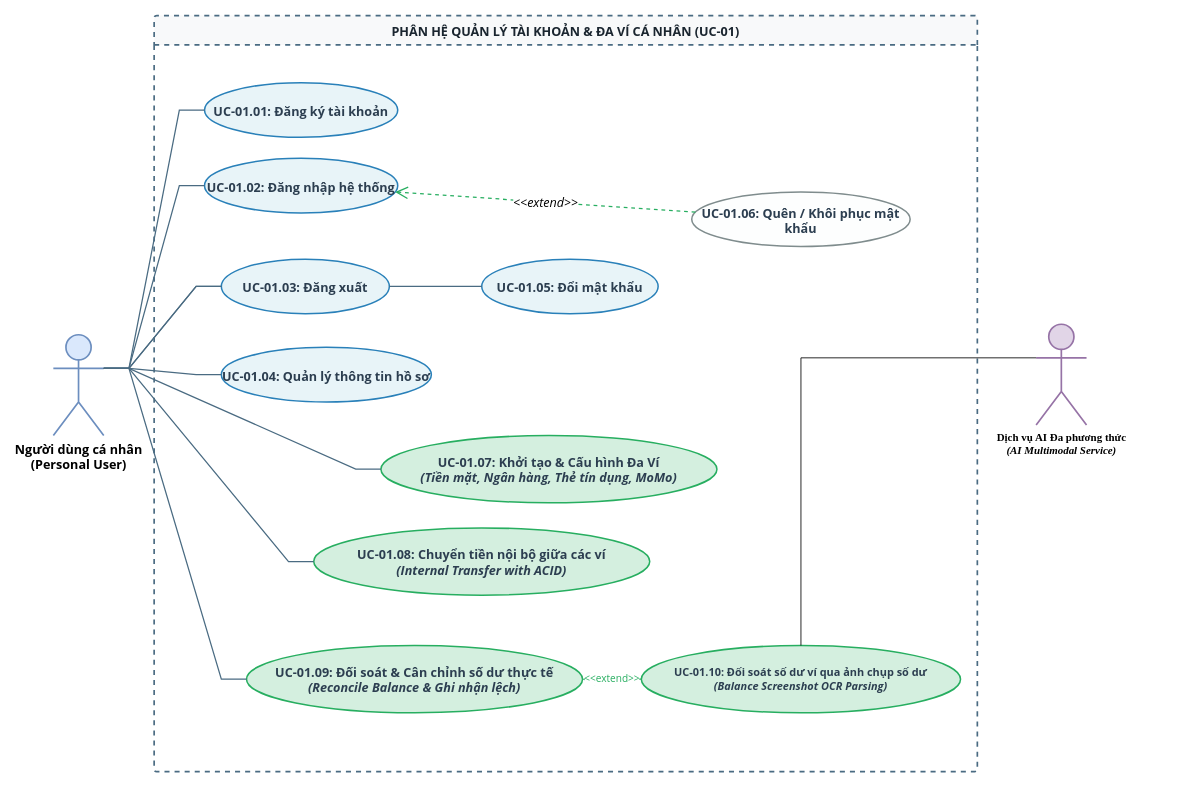
Before: page "UCD 01 - Tài Khoản & Đa Ví" (2 of 10) of files/UCD-DuoNoPro.drawio in Datgh37/analyze-system-subject, a draw.io diagram. Source tidied: cells renumbered, new cells numbered last; positions are measured from the earlier drawing's top-left corner, leaving out a move shared by most shapes. Both pictures are drawn from the tidied source at 84%, with x=0, y=0 at pixel (53, 15).
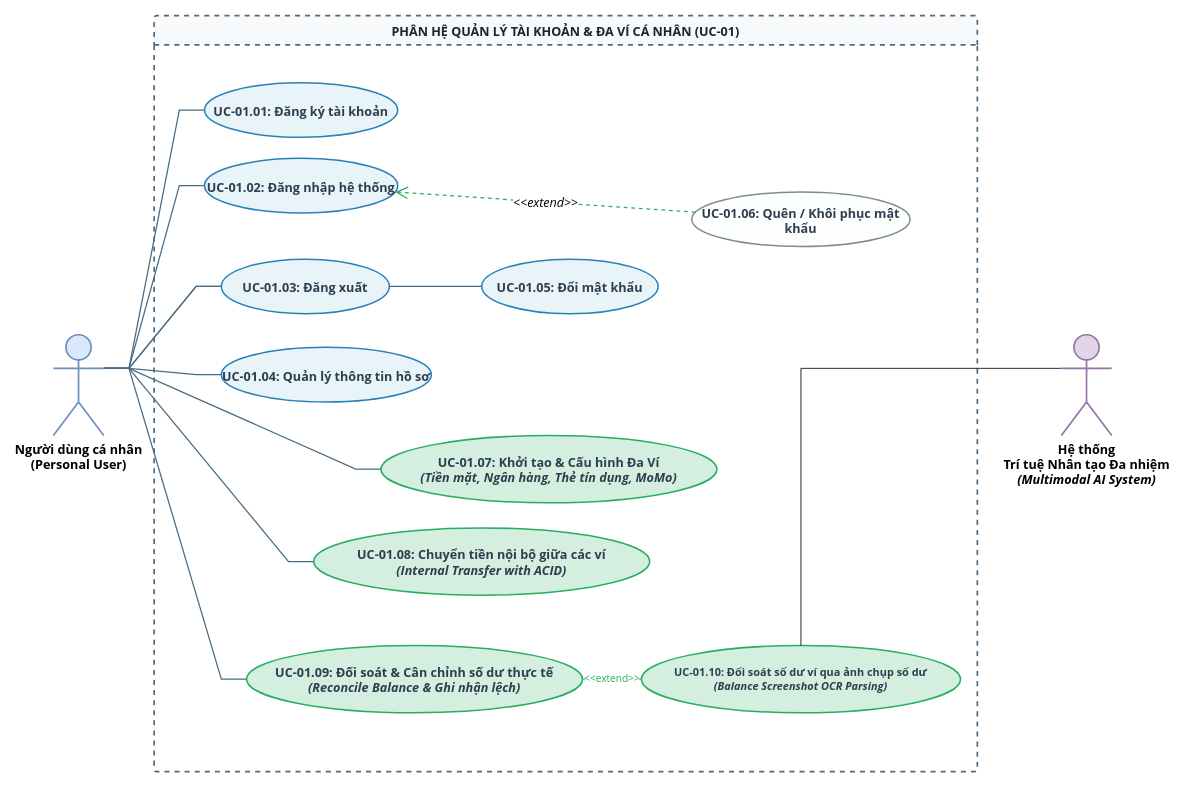
After the change.

The change refers to these unchanged cells:
```xml
<mxCell id="14" value="&lt;b&gt;UC-01.10:&lt;/b&gt; Đối soát số dư ví qua ảnh chụp số dư&lt;br&gt;&lt;i&gt;(Balance Screenshot OCR Parsing)&lt;/i&gt;" style="ellipse;whiteSpace=wrap;html=1;fillColor=#d4efdf;strokeColor=#27ae60;strokeWidth=1.8;fontFamily=Segoe UI, Arial, sans-serif;fontSize=13;fontStyle=1;fontColor=#2c3e50;" parent="3" vertex="1">
  <mxGeometry x="580" y="750" width="380" height="80" as="geometry" />
</mxCell>
```

Diff of the diagram source:
```diff
@@
-    <mxCell id="25" value="&lt;b&gt;Dịch vụ AI Đa phương thức&lt;/b&gt;&lt;br&gt;&lt;i&gt;(AI Multimodal Service)&lt;/i&gt;" style="shape=umlActor;verticalLabelPosition=bottom;verticalAlign=top;html=1;outlineConnect=0;fillColor=#e1d5e7;strokeColor=#9673a6;strokeWidth=2;fontFamily=Times New Roman;fontSize=13;fontStyle=1;" parent="1" vertex="1">
-      <mxGeometry x="1170" y="367.5" width="60" height="120" as="geometry" />
-    </mxCell>
-    <mxCell id="26" style="edgeStyle=orthogonalEdgeStyle;rounded=0;jettySize=auto;html=1;exitX=0.5;exitY=0;exitDx=0;exitDy=0;entryX=0;entryY=0.3333333333333333;entryDx=0;entryDy=0;entryPerimeter=0;strokeColor=default;endArrow=none;endFill=0;" parent="1" edge="1" source="14" target="25">
+    <mxCell id="26" style="edgeStyle=orthogonalEdgeStyle;rounded=0;jettySize=auto;html=1;exitX=0.5;exitY=0;exitDx=0;exitDy=0;entryX=0;entryY=0.3333333333333333;entryDx=0;entryDy=0;entryPerimeter=0;strokeColor=default;endArrow=none;endFill=0;" parent="1" edge="1" source="14" target="27">
       <mxGeometry relative="1" as="geometry" />
     </mxCell>
+    <mxCell id="27" value="&lt;b&gt;Hệ thống &lt;br&gt;Trí tuệ Nhân tạo Đa nhiệm&lt;/b&gt;&lt;br&gt;&lt;i&gt;(Multimodal AI System)&lt;/i&gt;" style="shape=umlActor;verticalLabelPosition=bottom;verticalAlign=top;html=1;outlineConnect=0;fillColor=#e1d5e7;strokeColor=#9673a6;strokeWidth=2;fontFamily=Segoe UI, Arial, sans-serif;fontSize=15;fontStyle=1;" parent="1" vertex="1">
+      <mxGeometry x="1200" y="380" width="60" height="120" as="geometry" />
+    </mxCell>
```
